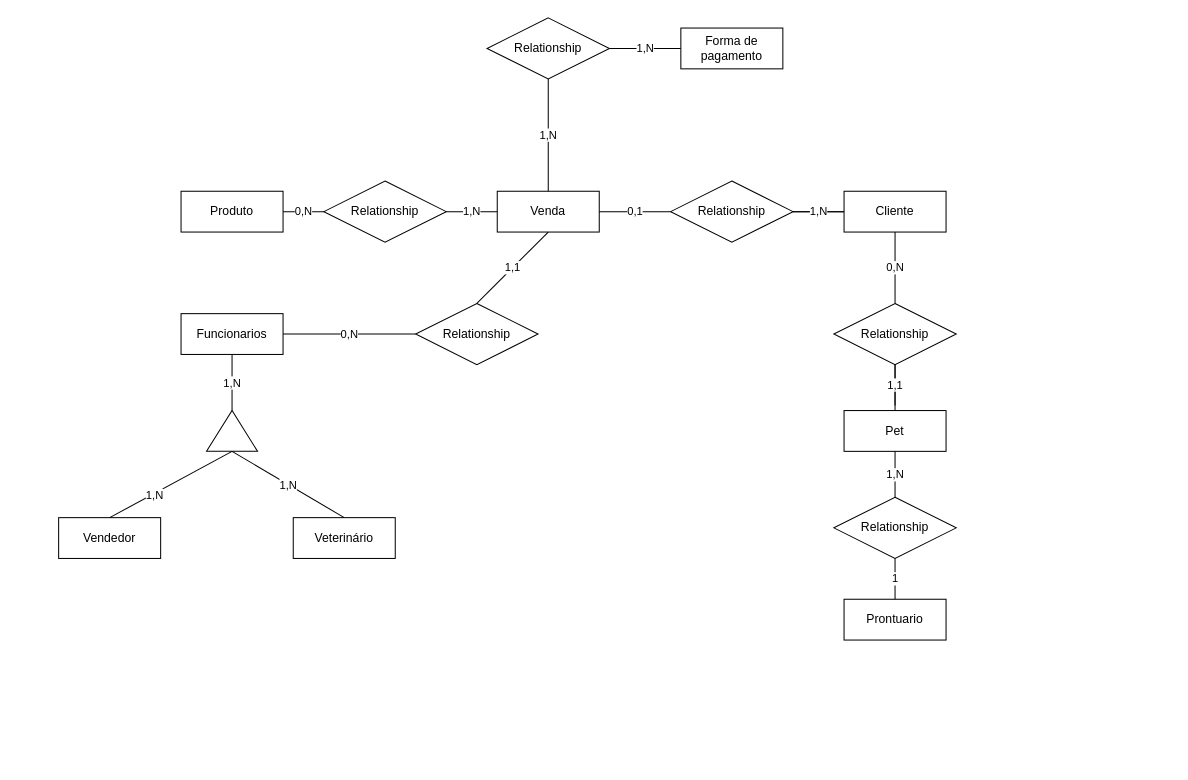
The draw.io diagram Untitled Diagram.drawio in jhonnywalkerdev/db-petshop-relationship, before the edit. Source tidied: cells renumbered, new cells numbered last; positions are measured from the earlier drawing's top-left corner, leaving out a move shared by most shapes. Both pictures are drawn from the tidied source at 102%, with x=0, y=0 at pixel (58, 17).
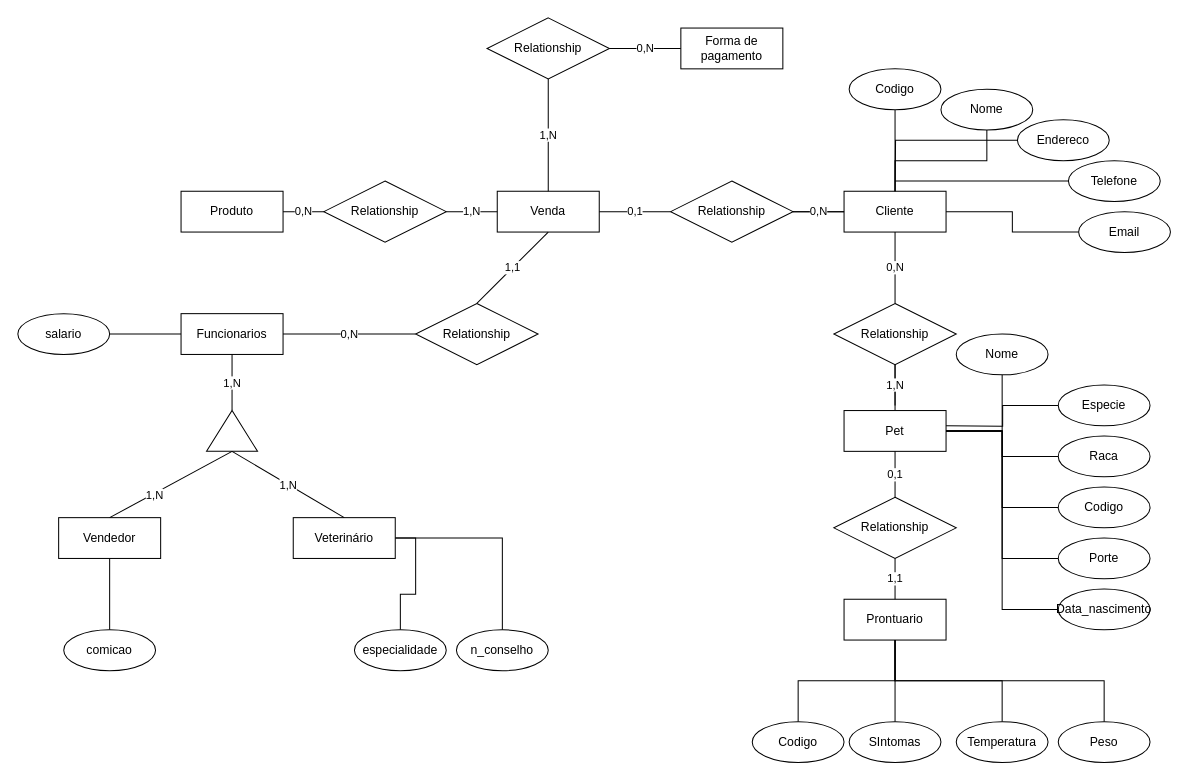
The same page after the edit.

Unchanged cells that the change refers to:
```xml
<mxCell id="4" value="Funcionarios" style="whiteSpace=wrap;html=1;align=center;" parent="1" vertex="1">
  <mxGeometry x="120" y="290" width="100" height="40" as="geometry" />
</mxCell>
<mxCell id="6" value="Veterinário" style="whiteSpace=wrap;html=1;align=center;" parent="1" vertex="1">
  <mxGeometry x="230" y="490" width="100" height="40" as="geometry" />
</mxCell>
<mxCell id="7" value="Vendedor" style="whiteSpace=wrap;html=1;align=center;" parent="1" vertex="1">
  <mxGeometry y="490" width="100" height="40" as="geometry" />
</mxCell>
<mxCell id="15" value="Cliente" style="whiteSpace=wrap;html=1;align=center;" parent="1" vertex="1">
  <mxGeometry x="770" y="170" width="100" height="40" as="geometry" />
</mxCell>
<mxCell id="17" value="Relationship" style="shape=rhombus;perimeter=rhombusPerimeter;whiteSpace=wrap;html=1;align=center;" parent="1" vertex="1">
  <mxGeometry x="600" y="160" width="120" height="60" as="geometry" />
</mxCell>
<mxCell id="20" value="Relationship" style="shape=rhombus;perimeter=rhombusPerimeter;whiteSpace=wrap;html=1;align=center;" parent="1" vertex="1">
  <mxGeometry x="760" y="280" width="120" height="60" as="geometry" />
</mxCell>
<mxCell id="23" value="Pet" style="whiteSpace=wrap;html=1;align=center;" parent="1" vertex="1">
  <mxGeometry x="770" y="385" width="100" height="40" as="geometry" />
</mxCell>
<mxCell id="24" value="Relationship" style="shape=rhombus;perimeter=rhombusPerimeter;whiteSpace=wrap;html=1;align=center;" parent="1" vertex="1">
  <mxGeometry x="760" y="470" width="120" height="60" as="geometry" />
</mxCell>
<mxCell id="25" value="Prontuario" style="whiteSpace=wrap;html=1;align=center;" parent="1" vertex="1">
  <mxGeometry x="770" y="570" width="100" height="40" as="geometry" />
</mxCell>
<mxCell id="32" value="Forma de pagamento" style="whiteSpace=wrap;html=1;align=center;" parent="1" vertex="1">
  <mxGeometry x="610" y="10" width="100" height="40" as="geometry" />
</mxCell>
<mxCell id="35" value="Relationship" style="shape=rhombus;perimeter=rhombusPerimeter;whiteSpace=wrap;html=1;align=center;" parent="1" vertex="1">
  <mxGeometry x="420" width="120" height="60" as="geometry" />
</mxCell>
```

Diff of the diagram source:
```diff
@@
+    <mxCell id="36" style="edgeStyle=orthogonalEdgeStyle;rounded=0;jettySize=auto;html=1;exitX=0;exitY=0.5;exitDx=0;exitDy=0;entryX=1;entryY=0.5;entryDx=0;entryDy=0;endArrow=none;endFill=0;" parent="1" edge="1" source="4" target="71">
+      <mxGeometry relative="1" as="geometry" />
+    </mxCell>
@@
+    <mxCell id="37" style="edgeStyle=orthogonalEdgeStyle;rounded=0;jettySize=auto;html=1;exitX=1;exitY=0.5;exitDx=0;exitDy=0;entryX=0.5;entryY=0;entryDx=0;entryDy=0;endArrow=none;endFill=0;" parent="1" edge="1" source="6" target="64">
+      <mxGeometry relative="1" as="geometry" />
+    </mxCell>
@@
-    <mxCell id="19" value="1,N" style="endArrow=none;html=1;rounded=0;exitX=1;exitY=0.5;exitDx=0;exitDy=0;endFill=0;" parent="1" edge="1" source="17" target="15">
+    <mxCell id="19" value="0,N" style="endArrow=none;html=1;rounded=0;exitX=1;exitY=0.5;exitDx=0;exitDy=0;endFill=0;" parent="1" edge="1" source="17" target="15">
       <mxGeometry relative="1" as="geometry" />
     </mxCell>
@@
-    <mxCell id="26" value="1,1" style="endArrow=none;html=1;rounded=0;exitX=0.5;exitY=1;exitDx=0;exitDy=0;endFill=0;" parent="1" edge="1" source="20">
+    <mxCell id="26" value="1,N" style="endArrow=none;html=1;rounded=0;exitX=0.5;exitY=1;exitDx=0;exitDy=0;endFill=0;" parent="1" edge="1" source="20">
       <mxGeometry relative="1" as="geometry">
         <mxPoint x="820" y="380" as="targetPoint" />
       </mxGeometry>
     </mxCell>
-    <mxCell id="27" value="1,N" style="endArrow=none;html=1;rounded=0;exitX=0.5;exitY=1;exitDx=0;exitDy=0;endFill=0;entryX=0.5;entryY=0;entryDx=0;entryDy=0;" parent="1" edge="1" source="23" target="24">
+    <mxCell id="27" value="0,1" style="endArrow=none;html=1;rounded=0;exitX=0.5;exitY=1;exitDx=0;exitDy=0;endFill=0;entryX=0.5;entryY=0;entryDx=0;entryDy=0;" parent="1" edge="1" source="23" target="24">
       <mxGeometry relative="1" as="geometry" />
     </mxCell>
-    <mxCell id="28" value="1" style="endArrow=none;html=1;rounded=0;exitX=0.5;exitY=1;exitDx=0;exitDy=0;endFill=0;entryX=0.5;entryY=0;entryDx=0;entryDy=0;" parent="1" edge="1" source="24" target="25">
+    <mxCell id="28" value="1,1" style="endArrow=none;html=1;rounded=0;exitX=0.5;exitY=1;exitDx=0;exitDy=0;endFill=0;entryX=0.5;entryY=0;entryDx=0;entryDy=0;" parent="1" edge="1" source="24" target="25">
       <mxGeometry relative="1" as="geometry" />
     </mxCell>
@@
-    <mxCell id="34" value="1,N" style="edgeStyle=orthogonalEdgeStyle;rounded=0;jettySize=auto;html=1;endArrow=none;endFill=0;strokeColor=default;" parent="1" edge="1" source="35" target="32">
+    <mxCell id="34" value="0,N" style="edgeStyle=orthogonalEdgeStyle;rounded=0;jettySize=auto;html=1;endArrow=none;endFill=0;strokeColor=default;" parent="1" edge="1" source="35" target="32">
       <mxGeometry relative="1" as="geometry" />
     </mxCell>
@@
+    <mxCell id="38" style="edgeStyle=orthogonalEdgeStyle;rounded=0;jettySize=auto;html=1;exitX=0.5;exitY=1;exitDx=0;exitDy=0;endArrow=none;endFill=0;" parent="1" edge="1" source="39" target="15">
+      <mxGeometry relative="1" as="geometry" />
+    </mxCell>
+    <mxCell id="39" value="Codigo" style="ellipse;whiteSpace=wrap;html=1;" parent="1" vertex="1">
+      <mxGeometry x="775" y="50" width="90" height="40" as="geometry" />
+    </mxCell>
+    <mxCell id="40" style="edgeStyle=orthogonalEdgeStyle;rounded=0;jettySize=auto;html=1;exitX=0.5;exitY=1;exitDx=0;exitDy=0;entryX=0.5;entryY=0;entryDx=0;entryDy=0;endArrow=none;endFill=0;" parent="1" edge="1" source="41" target="15">
+      <mxGeometry relative="1" as="geometry" />
+    </mxCell>
+    <mxCell id="41" value="Nome" style="ellipse;whiteSpace=wrap;html=1;" parent="1" vertex="1">
+      <mxGeometry x="865" y="70" width="90" height="40" as="geometry" />
+    </mxCell>
+    <mxCell id="42" style="edgeStyle=orthogonalEdgeStyle;rounded=0;jettySize=auto;html=1;exitX=0;exitY=0.5;exitDx=0;exitDy=0;endArrow=none;endFill=0;" parent="1" edge="1" source="43">
+      <mxGeometry relative="1" as="geometry">
+        <mxPoint x="820" y="170" as="targetPoint" />
+      </mxGeometry>
+    </mxCell>
+    <mxCell id="43" value="Endereco" style="ellipse;whiteSpace=wrap;html=1;" parent="1" vertex="1">
+      <mxGeometry x="940" y="100" width="90" height="40" as="geometry" />
+    </mxCell>
+    <mxCell id="44" style="edgeStyle=orthogonalEdgeStyle;rounded=0;jettySize=auto;html=1;exitX=0;exitY=0.5;exitDx=0;exitDy=0;endArrow=none;endFill=0;" parent="1" edge="1" source="45">
+      <mxGeometry relative="1" as="geometry">
+        <mxPoint x="820" y="160" as="targetPoint" />
+      </mxGeometry>
+    </mxCell>
+    <mxCell id="45" value="Telefone" style="ellipse;whiteSpace=wrap;html=1;" parent="1" vertex="1">
+      <mxGeometry x="990" y="140" width="90" height="40" as="geometry" />
+    </mxCell>
+    <mxCell id="46" style="edgeStyle=orthogonalEdgeStyle;rounded=0;jettySize=auto;html=1;exitX=0;exitY=0.5;exitDx=0;exitDy=0;entryX=1;entryY=0.5;entryDx=0;entryDy=0;endArrow=none;endFill=0;" parent="1" edge="1" source="47" target="15">
+      <mxGeometry relative="1" as="geometry" />
+    </mxCell>
+    <mxCell id="47" value="Email" style="ellipse;whiteSpace=wrap;html=1;" parent="1" vertex="1">
+      <mxGeometry x="1000" y="190" width="90" height="40" as="geometry" />
+    </mxCell>
+    <mxCell id="48" style="edgeStyle=orthogonalEdgeStyle;rounded=0;jettySize=auto;html=1;exitX=0.5;exitY=1;exitDx=0;exitDy=0;entryX=1;entryY=0.5;entryDx=0;entryDy=0;endArrow=none;endFill=0;" parent="1" edge="1" source="49" target="23">
+      <mxGeometry relative="1" as="geometry" />
+    </mxCell>
+    <mxCell id="49" value="Nome" style="ellipse;whiteSpace=wrap;html=1;" parent="1" vertex="1">
+      <mxGeometry x="880" y="310" width="90" height="40" as="geometry" />
+    </mxCell>
+    <mxCell id="50" style="edgeStyle=orthogonalEdgeStyle;rounded=0;jettySize=auto;html=1;exitX=0;exitY=0.5;exitDx=0;exitDy=0;endArrow=none;endFill=0;" parent="1" edge="1" source="51">
+      <mxGeometry relative="1" as="geometry">
+        <mxPoint x="870" y="400" as="targetPoint" />
+      </mxGeometry>
+    </mxCell>
+    <mxCell id="51" value="Especie" style="ellipse;whiteSpace=wrap;html=1;" parent="1" vertex="1">
+      <mxGeometry x="980" y="360" width="90" height="40" as="geometry" />
+    </mxCell>
+    <mxCell id="52" style="edgeStyle=orthogonalEdgeStyle;rounded=0;jettySize=auto;html=1;endArrow=none;endFill=0;" parent="1" edge="1" source="53" target="23">
+      <mxGeometry relative="1" as="geometry" />
+    </mxCell>
+    <mxCell id="53" value="Raca" style="ellipse;whiteSpace=wrap;html=1;" parent="1" vertex="1">
+      <mxGeometry x="980" y="410" width="90" height="40" as="geometry" />
+    </mxCell>
+    <mxCell id="54" style="edgeStyle=orthogonalEdgeStyle;rounded=0;jettySize=auto;html=1;exitX=0;exitY=0.5;exitDx=0;exitDy=0;entryX=1;entryY=0.5;entryDx=0;entryDy=0;endArrow=none;endFill=0;" parent="1" edge="1" source="55" target="23">
+      <mxGeometry relative="1" as="geometry" />
+    </mxCell>
+    <mxCell id="55" value="Codigo" style="ellipse;whiteSpace=wrap;html=1;" parent="1" vertex="1">
+      <mxGeometry x="980" y="460" width="90" height="40" as="geometry" />
+    </mxCell>
+    <mxCell id="56" style="edgeStyle=orthogonalEdgeStyle;rounded=0;jettySize=auto;html=1;exitX=0;exitY=0.5;exitDx=0;exitDy=0;endArrow=none;endFill=0;entryX=1;entryY=0.5;entryDx=0;entryDy=0;" parent="1" edge="1" source="57" target="23">
+      <mxGeometry relative="1" as="geometry" />
+    </mxCell>
+    <mxCell id="57" value="Porte" style="ellipse;whiteSpace=wrap;html=1;" parent="1" vertex="1">
+      <mxGeometry x="980" y="510" width="90" height="40" as="geometry" />
+    </mxCell>
+    <mxCell id="58" style="edgeStyle=orthogonalEdgeStyle;rounded=0;jettySize=auto;html=1;exitX=0;exitY=0.5;exitDx=0;exitDy=0;entryX=1;entryY=0.5;entryDx=0;entryDy=0;endArrow=none;endFill=0;" parent="1" edge="1" source="59" target="23">
+      <mxGeometry relative="1" as="geometry" />
+    </mxCell>
+    <mxCell id="59" value="Data_nascimento" style="ellipse;whiteSpace=wrap;html=1;" parent="1" vertex="1">
+      <mxGeometry x="980" y="560" width="90" height="40" as="geometry" />
+    </mxCell>
+    <mxCell id="60" style="edgeStyle=orthogonalEdgeStyle;rounded=0;jettySize=auto;html=1;exitX=0.5;exitY=0;exitDx=0;exitDy=0;entryX=0.5;entryY=1;entryDx=0;entryDy=0;endArrow=none;endFill=0;" parent="1" edge="1" source="61" target="25">
+      <mxGeometry relative="1" as="geometry" />
+    </mxCell>
+    <mxCell id="61" value="Codigo" style="ellipse;whiteSpace=wrap;html=1;" parent="1" vertex="1">
+      <mxGeometry x="680" y="690" width="90" height="40" as="geometry" />
+    </mxCell>
+    <mxCell id="62" style="edgeStyle=orthogonalEdgeStyle;rounded=0;jettySize=auto;html=1;endArrow=none;endFill=0;" parent="1" edge="1" source="63" target="25">
+      <mxGeometry relative="1" as="geometry" />
+    </mxCell>
+    <mxCell id="63" value="SIntomas" style="ellipse;whiteSpace=wrap;html=1;" parent="1" vertex="1">
+      <mxGeometry x="775" y="690" width="90" height="40" as="geometry" />
+    </mxCell>
+    <mxCell id="64" value="n_conselho" style="ellipse;whiteSpace=wrap;html=1;" parent="1" vertex="1">
+      <mxGeometry x="390" y="600" width="90" height="40" as="geometry" />
+    </mxCell>
+    <mxCell id="65" style="edgeStyle=orthogonalEdgeStyle;rounded=0;jettySize=auto;html=1;exitX=0.5;exitY=0;exitDx=0;exitDy=0;entryX=1;entryY=0.5;entryDx=0;entryDy=0;endArrow=none;endFill=0;" parent="1" edge="1" source="66" target="6">
+      <mxGeometry relative="1" as="geometry" />
+    </mxCell>
+    <mxCell id="66" value="especialidade" style="ellipse;whiteSpace=wrap;html=1;" parent="1" vertex="1">
+      <mxGeometry x="290" y="600" width="90" height="40" as="geometry" />
+    </mxCell>
+    <mxCell id="67" style="edgeStyle=orthogonalEdgeStyle;rounded=0;jettySize=auto;html=1;exitX=0.5;exitY=0;exitDx=0;exitDy=0;endArrow=none;endFill=0;" parent="1" edge="1" source="68" target="25">
+      <mxGeometry relative="1" as="geometry" />
+    </mxCell>
+    <mxCell id="68" value="Temperatura" style="ellipse;whiteSpace=wrap;html=1;" parent="1" vertex="1">
+      <mxGeometry x="880" y="690" width="90" height="40" as="geometry" />
+    </mxCell>
+    <mxCell id="69" style="edgeStyle=orthogonalEdgeStyle;rounded=0;jettySize=auto;html=1;exitX=0.5;exitY=0;exitDx=0;exitDy=0;entryX=0.5;entryY=1;entryDx=0;entryDy=0;endArrow=none;endFill=0;" parent="1" edge="1" source="70" target="25">
+      <mxGeometry relative="1" as="geometry" />
+    </mxCell>
+    <mxCell id="70" value="Peso" style="ellipse;whiteSpace=wrap;html=1;" parent="1" vertex="1">
+      <mxGeometry x="980" y="690" width="90" height="40" as="geometry" />
+    </mxCell>
+    <mxCell id="71" value="salario" style="ellipse;whiteSpace=wrap;html=1;" parent="1" vertex="1">
+      <mxGeometry x="-40" y="290" width="90" height="40" as="geometry" />
+    </mxCell>
+    <mxCell id="72" style="edgeStyle=orthogonalEdgeStyle;rounded=0;jettySize=auto;html=1;endArrow=none;endFill=0;" parent="1" edge="1" source="73" target="7">
+      <mxGeometry relative="1" as="geometry" />
+    </mxCell>
+    <mxCell id="73" value="comicao" style="ellipse;whiteSpace=wrap;html=1;" parent="1" vertex="1">
+      <mxGeometry x="5" y="600" width="90" height="40" as="geometry" />
+    </mxCell>
```
